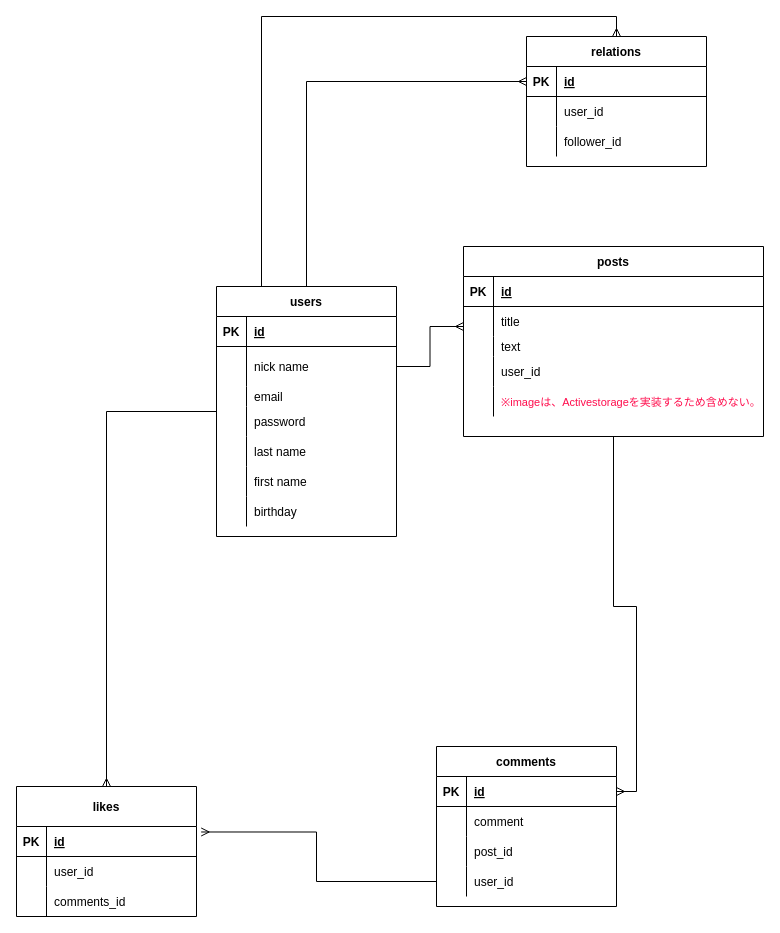
Earlier version of the draw.io diagram spoilme.dio (hiromikagawa/spoil-me-more). Source tidied: cells renumbered, new cells numbered last; positions are measured from the earlier drawing's top-left corner, leaving out a move shared by most shapes. Both pictures are drawn from the tidied source at 100%, with x=0, y=0 at pixel (16, 36).
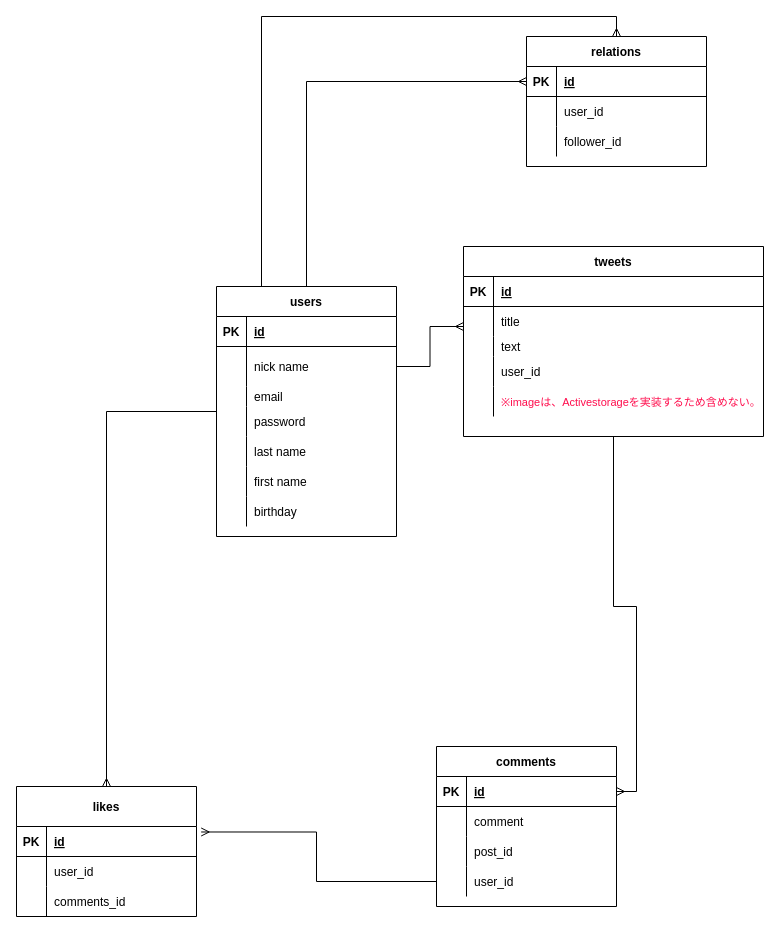
The same diagram, later.

What changed in the source:
```diff
@@
-    <mxCell id="41" value="posts" style="shape=table;startSize=30;childLayout=tableLayout;rowLines=0;fontStyle=1;align=center;" parent="1" vertex="1">
+    <mxCell id="41" value="tweets" style="shape=table;startSize=30;childLayout=tableLayout;rowLines=0;fontStyle=1;align=center;" parent="1" vertex="1">
       <mxGeometry x="447" y="210" width="300" height="190" as="geometry" />
     </mxCell>
```
